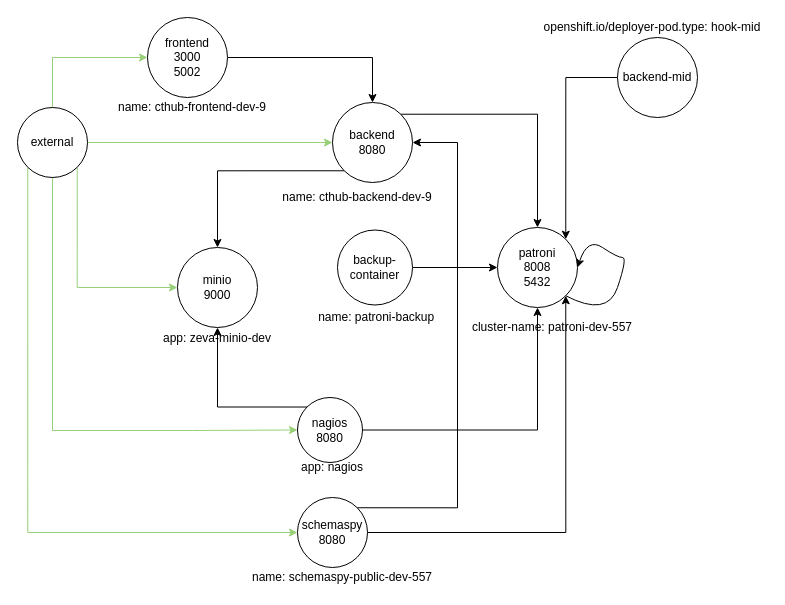
Earlier version of the draw.io diagram openshift/templates/knp/knp-diagram.drawio (bcgov/cthub). Source tidied: cells renumbered, new cells numbered last; positions are measured from the earlier drawing's top-left corner, leaving out a move shared by most shapes. Both pictures are drawn from the tidied source at 100%, with x=0, y=0 at pixel (17, 17).
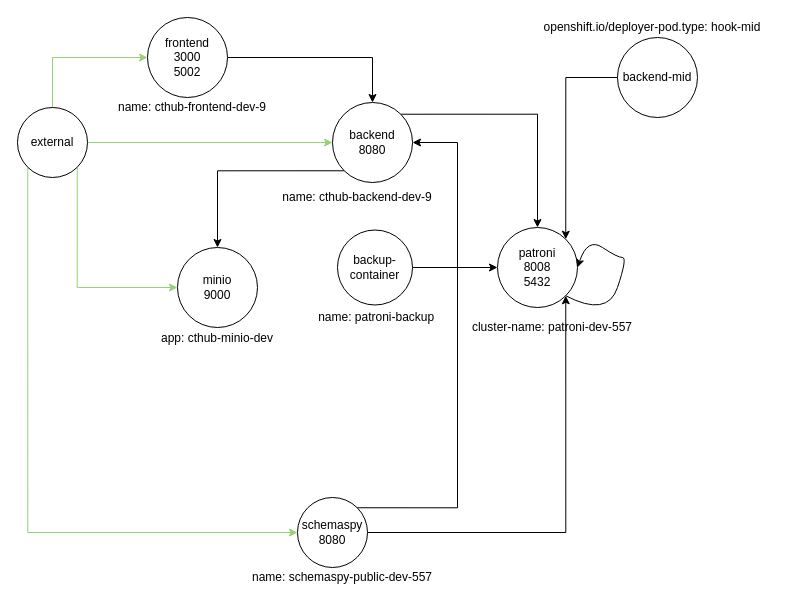
Above is the later version.

Unchanged cells that the change refers to:
```xml
<mxCell id="7" value="patroni&lt;br&gt;8008&lt;br&gt;5432" style="ellipse;whiteSpace=wrap;html=1;" parent="1" vertex="1">
  <mxGeometry x="480" y="210" width="80" height="80" as="geometry" />
</mxCell>
<mxCell id="14" value="minio&lt;br&gt;9000" style="ellipse;whiteSpace=wrap;html=1;" parent="1" vertex="1">
  <mxGeometry x="160" y="230" width="80" height="80" as="geometry" />
</mxCell>
<mxCell id="20" value="external" style="ellipse;whiteSpace=wrap;html=1;" parent="1" vertex="1">
  <mxGeometry y="90" width="70" height="70" as="geometry" />
</mxCell>
```

The edit, as a diff of the source:
```diff
@@
-    <mxCell id="11" style="edgeStyle=orthogonalEdgeStyle;rounded=0;jettySize=auto;html=1;entryX=0.5;entryY=1;entryDx=0;entryDy=0;exitX=0;exitY=0;exitDx=0;exitDy=0;strokeColor=#010103;" parent="1" edge="1" source="13" target="14">
-      <mxGeometry relative="1" as="geometry" />
-    </mxCell>
-    <mxCell id="12" style="edgeStyle=orthogonalEdgeStyle;rounded=0;jettySize=auto;html=1;entryX=0.5;entryY=1;entryDx=0;entryDy=0;strokeColor=#010103;" parent="1" edge="1" source="13" target="7">
-      <mxGeometry relative="1" as="geometry" />
-    </mxCell>
-    <mxCell id="13" value="nagios&lt;br&gt;8080" style="ellipse;whiteSpace=wrap;html=1;" parent="1" vertex="1">
-      <mxGeometry x="280" y="380" width="65" height="65" as="geometry" />
-    </mxCell>
@@
-    <mxCell id="17" style="edgeStyle=orthogonalEdgeStyle;rounded=0;jettySize=auto;html=1;entryX=0;entryY=0.5;entryDx=0;entryDy=0;strokeColor=#97D077;" parent="1" edge="1" source="20" target="13">
-      <mxGeometry relative="1" as="geometry">
-        <Array as="points">
-          <mxPoint x="35" y="413" />
-          <mxPoint x="175" y="413" />
-        </Array>
-      </mxGeometry>
-    </mxCell>
@@
-    <mxCell id="26" value="app: zeva-minio-dev" style="text;html=1;strokeColor=none;fillColor=none;align=center;verticalAlign=middle;whiteSpace=wrap;rounded=0;" parent="1" vertex="1">
+    <mxCell id="26" value="app: cthub-minio-dev" style="text;html=1;strokeColor=none;fillColor=none;align=center;verticalAlign=middle;whiteSpace=wrap;rounded=0;" parent="1" vertex="1">
       <mxGeometry x="125" y="310" width="150" height="22.5" as="geometry" />
     </mxCell>
@@
-    <mxCell id="31" value="app: nagios" style="text;html=1;strokeColor=none;fillColor=none;align=center;verticalAlign=middle;whiteSpace=wrap;rounded=0;" parent="1" vertex="1">
-      <mxGeometry x="270" y="440" width="90" height="20" as="geometry" />
-    </mxCell>
```
